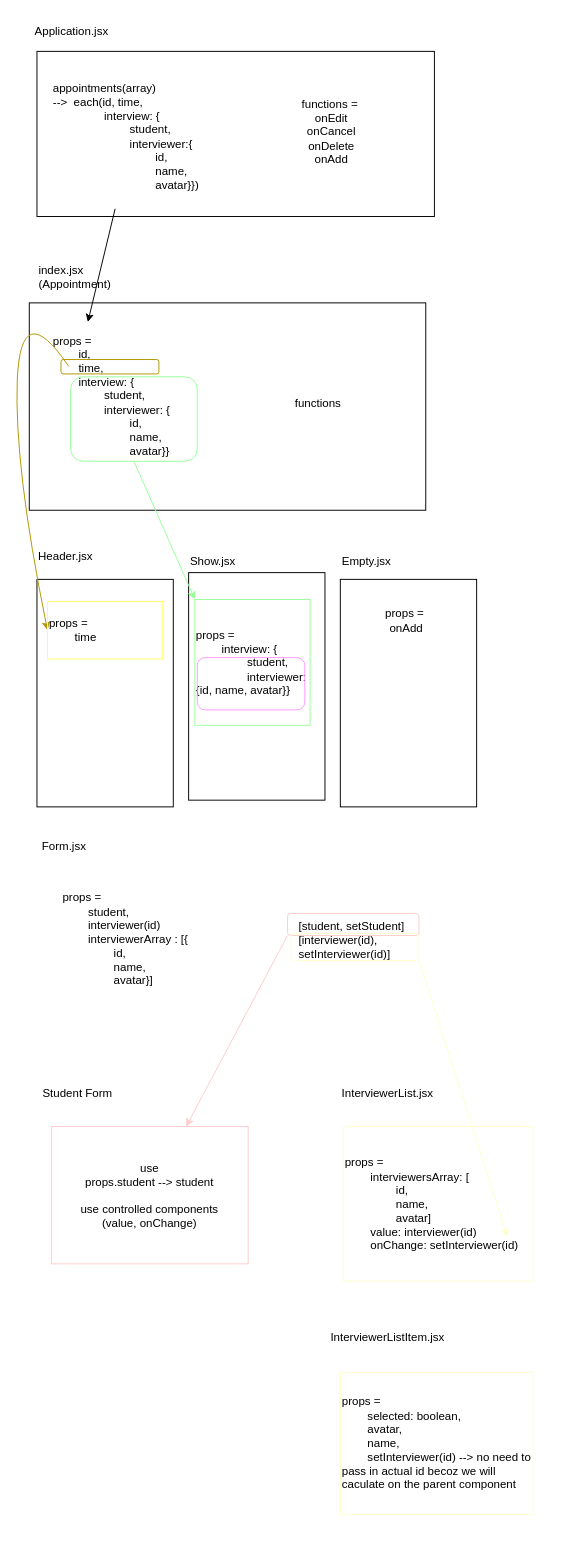
Earlier version of the draw.io diagram src/components/Appointment/Appointment-mapping.drawio (kowo0403hk/rebuilt-Interview-Scheduler). Source tidied: cells renumbered, new cells numbered last; positions are measured from the earlier drawing's top-left corner, leaving out a move shared by most shapes. Both pictures are drawn from the tidied source at 96%, with x=0, y=0 at pixel (13, 16).
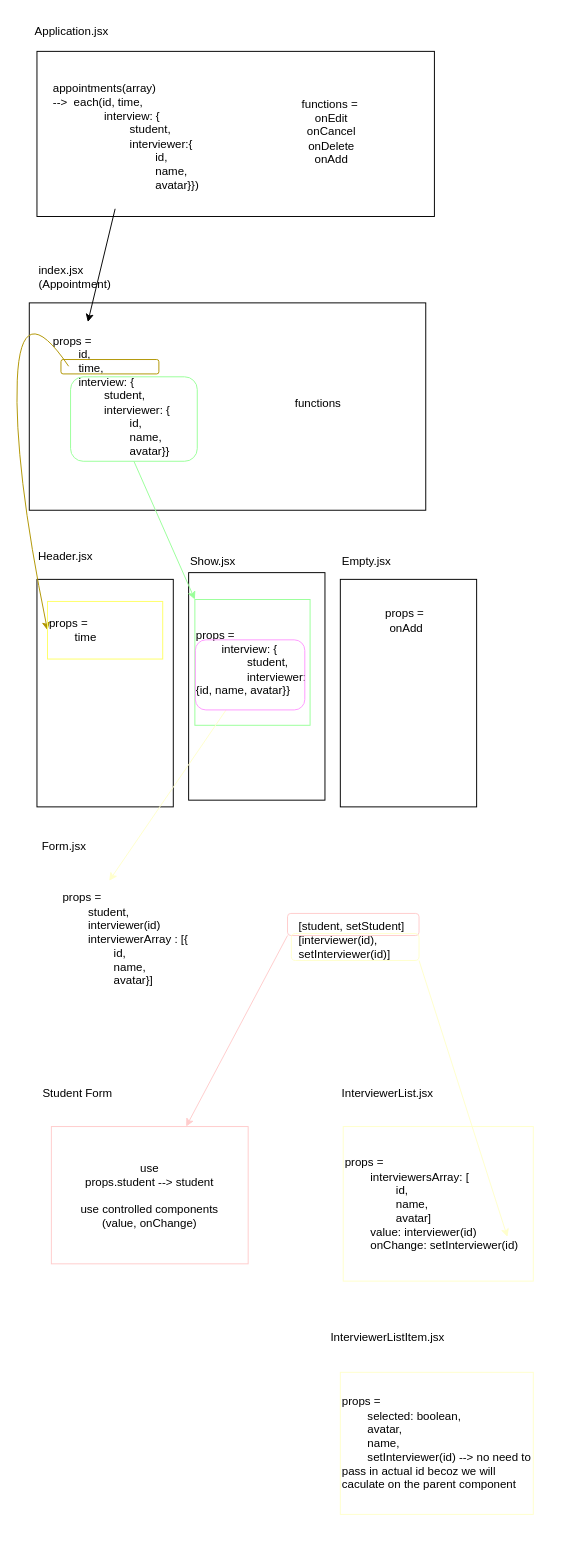
The same diagram, later.

The change refers to these unchanged cells:
```xml
<mxCell id="31" value="props =&amp;nbsp;&lt;br&gt;&lt;span style=&quot;white-space: pre&quot;&gt;&#9;&lt;/span&gt;student,&lt;br&gt;&lt;span style=&quot;white-space: pre&quot;&gt;&#9;&lt;/span&gt;interviewer(id)&lt;br&gt;&lt;span style=&quot;white-space: pre&quot;&gt;&#9;&lt;/span&gt;interviewerArray : [{&lt;br&gt;&lt;span style=&quot;white-space: pre&quot;&gt;&#9;&lt;/span&gt;&lt;span style=&quot;white-space: pre&quot;&gt;&#9;&lt;/span&gt;id,&lt;br&gt;&lt;span style=&quot;white-space: pre&quot;&gt;&#9;&lt;/span&gt;&lt;span style=&quot;white-space: pre&quot;&gt;&#9;&lt;/span&gt;name,&lt;br&gt;&lt;span style=&quot;white-space: pre&quot;&gt;&#9;&lt;/span&gt;&lt;span style=&quot;white-space: pre&quot;&gt;&#9;&lt;/span&gt;avatar}]" style="rounded=0;whiteSpace=wrap;html=1;strokeColor=#FFFFFF;fillColor=none;align=left;" parent="1" vertex="1">
  <mxGeometry x="49" y="900" width="201" height="121" as="geometry" />
</mxCell>
```

Diff of the diagram source:
```diff
@@
+    <mxCell id="42" style="edgeStyle=none;html=1;entryX=0.25;entryY=0;entryDx=0;entryDy=0;strokeColor=#FFFFCC;" parent="1" edge="1" source="32" target="31">
+      <mxGeometry relative="1" as="geometry" />
+    </mxCell>
     <mxCell id="32" style="rounded=1;whiteSpace=wrap;html=1;strokeColor=#FF99FF;fillColor=none;" parent="1" vertex="1">
-      <mxGeometry x="191" y="667.5" width="112" height="54.5" as="geometry" />
+      <mxGeometry x="189" y="649" width="114" height="73" as="geometry" />
     </mxCell>
```
